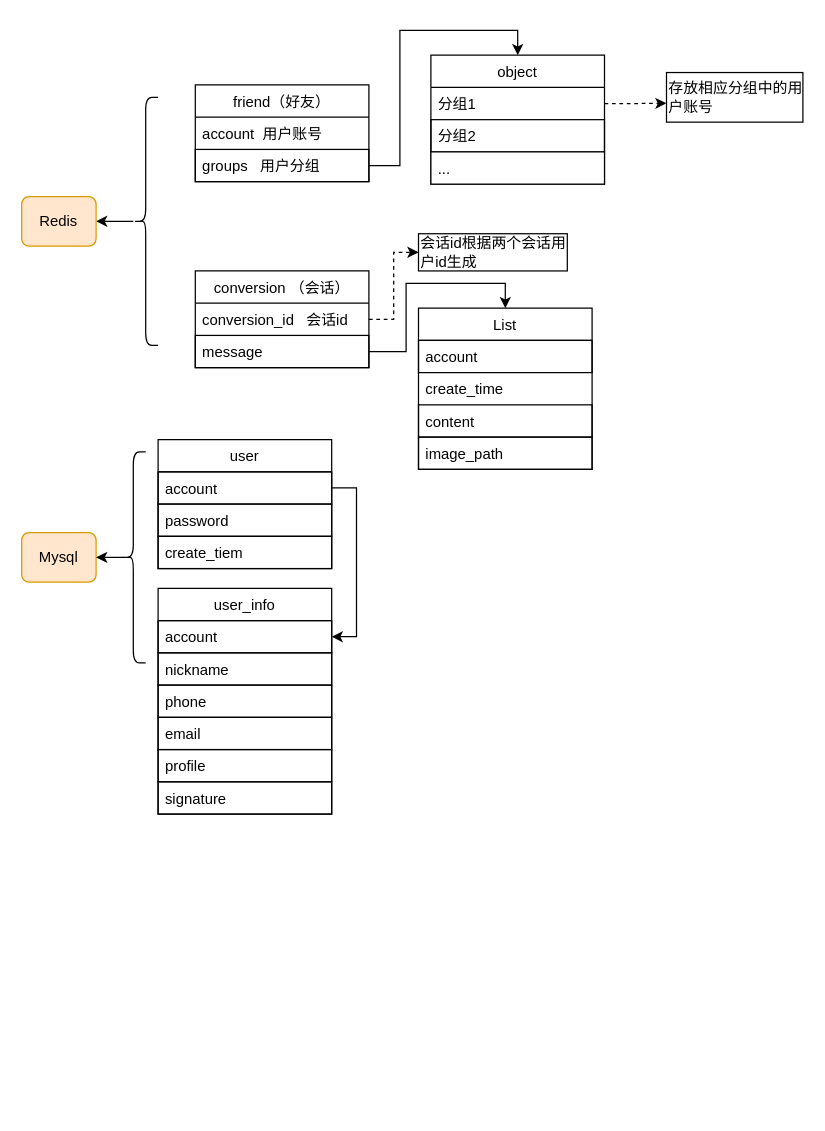
Above: server流程.drawio in Nick87-xkk/chat_server (draw.io), before the change. Source tidied: cells renumbered, new cells numbered last; positions are measured from the earlier drawing's top-left corner, leaving out a move shared by most shapes. Both pictures are drawn from the tidied source at 124%, with x=0, y=0 at pixel (21, 55).
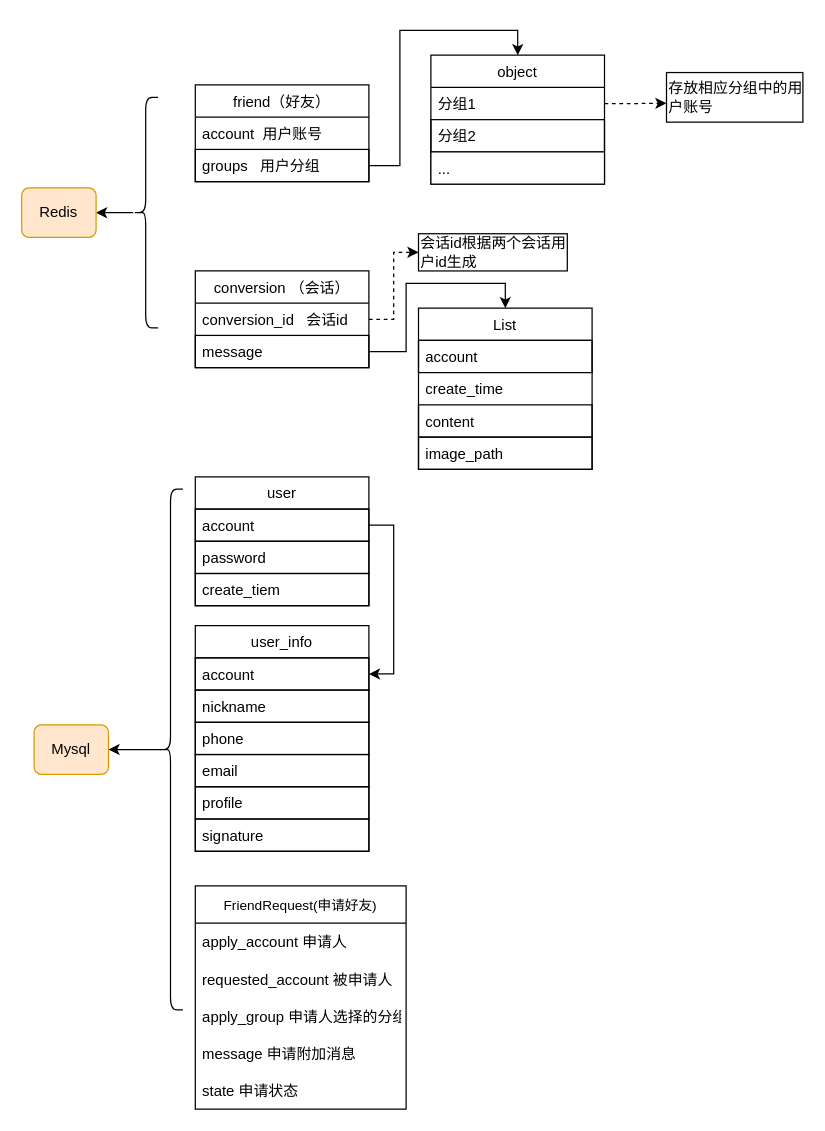
The same page after the edit.

The edit, as a diff of the source:
```diff
@@
     <mxCell id="24" style="shape=curlyBracket;whiteSpace=wrap;html=1;rounded=1;strokeColor=default;fillColor=default;align=left;" parent="1" vertex="1">
-      <mxGeometry x="90" y="34" width="20" height="200" as="geometry" />
+      <mxGeometry x="90" y="34" width="20" height="186" as="geometry" />
     </mxCell>
     <mxCell id="25" value="Redis" style="whiteSpace=wrap;html=1;rounded=1;align=center;strokeColor=#d79b00;fillColor=#ffe6cc;" parent="1" vertex="1">
-      <mxGeometry y="114" width="60" height="40" as="geometry" />
+      <mxGeometry y="107" width="60" height="40" as="geometry" />
     </mxCell>
     <mxCell id="26" value="Mysql" style="whiteSpace=wrap;html=1;rounded=1;align=center;strokeColor=#d79b00;fillColor=#ffe6cc;" parent="1" vertex="1">
-      <mxGeometry y="385" width="60" height="40" as="geometry" />
+      <mxGeometry x="10" y="540" width="60" height="40" as="geometry" />
     </mxCell>
     <mxCell id="27" value="user" style="swimlane;fontStyle=0;horizontal=1;startSize=26;fillColor=none;strokeColor=default;align=center;" parent="1" vertex="1">
-      <mxGeometry x="110" y="310" width="140" height="104" as="geometry" />
+      <mxGeometry x="140" y="340" width="140" height="104" as="geometry" />
     </mxCell>
@@
     <mxCell id="31" value="user_info" style="swimlane;fontStyle=0;horizontal=1;startSize=26;fillColor=none;strokeColor=default;align=center;" parent="1" vertex="1">
-      <mxGeometry x="110" y="430" width="140" height="182" as="geometry" />
+      <mxGeometry x="140" y="460" width="140" height="182" as="geometry" />
     </mxCell>
@@
     <mxCell id="40" style="shape=curlyBracket;whiteSpace=wrap;html=1;rounded=1;strokeColor=default;fillColor=default;align=center;" parent="1" vertex="1">
-      <mxGeometry x="80" y="320" width="20" height="170" as="geometry" />
+      <mxGeometry x="110" y="350" width="20" height="420" as="geometry" />
     </mxCell>
+    <mxCell id="41" value="FriendRequest(申请好友)" style="swimlane;fontStyle=0;horizontal=1;startSize=30;fontSize=11;" parent="1" vertex="1">
+      <mxGeometry x="140" y="670" width="170" height="180" as="geometry" />
+    </mxCell>
+    <mxCell id="42" value="apply_account 申请人" style="text;strokeColor=none;fillColor=none;align=left;verticalAlign=middle;spacingLeft=4;spacingRight=4;overflow=hidden;" parent="41" vertex="1">
+      <mxGeometry y="30" width="170" height="30" as="geometry" />
+    </mxCell>
+    <mxCell id="43" value="requested_account 被申请人" style="text;strokeColor=none;fillColor=none;align=left;verticalAlign=middle;spacingLeft=4;spacingRight=4;overflow=hidden;" parent="41" vertex="1">
+      <mxGeometry y="60" width="170" height="30" as="geometry" />
+    </mxCell>
+    <mxCell id="44" value="apply_group 申请人选择的分组" style="text;strokeColor=none;fillColor=none;align=left;verticalAlign=middle;spacingLeft=4;spacingRight=4;overflow=hidden;" parent="41" vertex="1">
+      <mxGeometry y="90" width="170" height="30" as="geometry" />
+    </mxCell>
+    <mxCell id="45" value="message 申请附加消息" style="text;strokeColor=none;fillColor=none;align=left;verticalAlign=middle;spacingLeft=4;spacingRight=4;overflow=hidden;" parent="41" vertex="1">
+      <mxGeometry y="120" width="170" height="30" as="geometry" />
+    </mxCell>
+    <mxCell id="46" value="state 申请状态" style="text;strokeColor=none;fillColor=none;align=left;verticalAlign=middle;spacingLeft=4;spacingRight=4;overflow=hidden;" parent="41" vertex="1">
+      <mxGeometry y="150" width="170" height="30" as="geometry" />
+    </mxCell>
```
